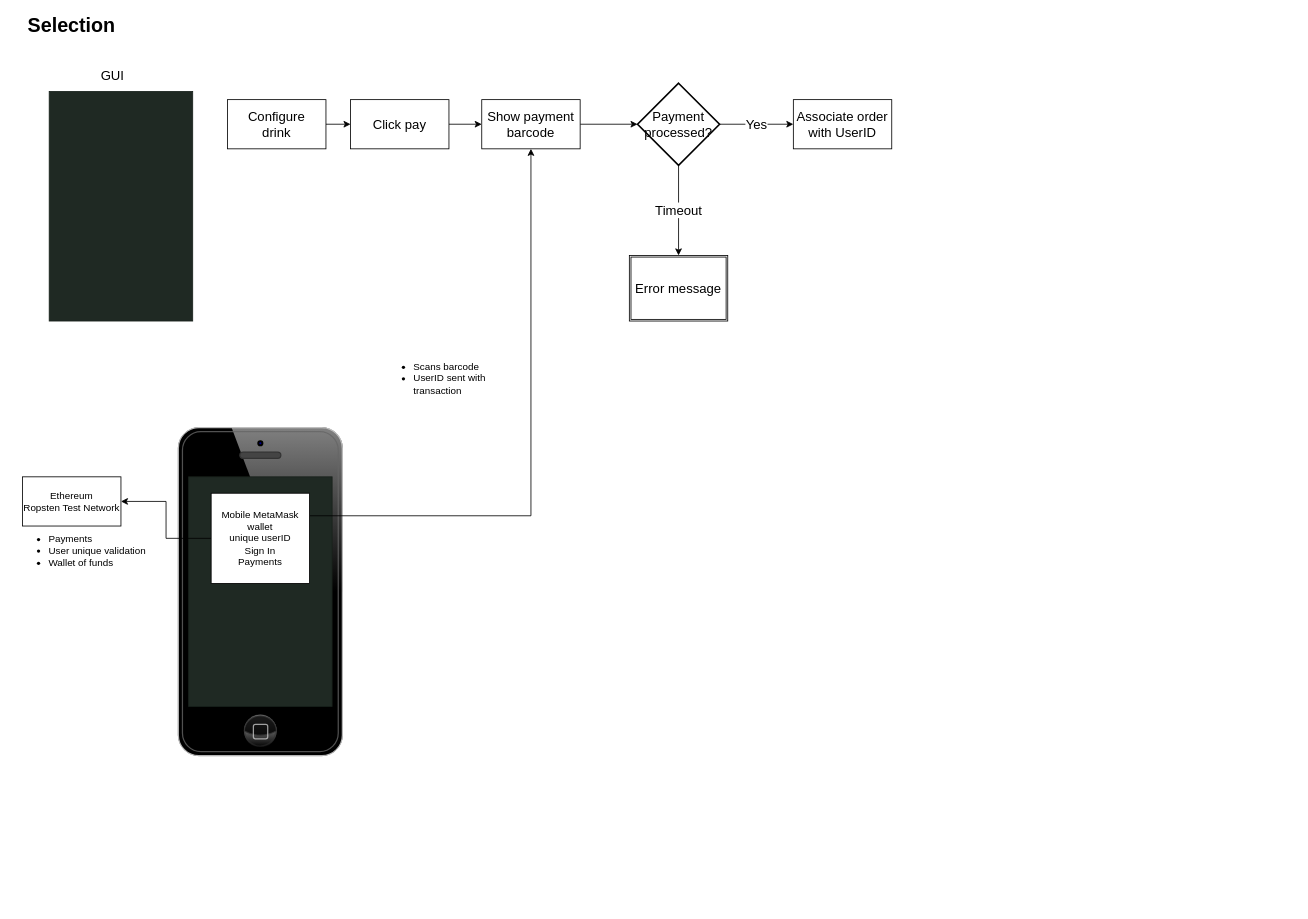
This is page "Software Design" (3 of 3) of SimpleSips.drawio from mukmalone/SimpleSips, a draw.io file, before an edit. Source tidied: cells renumbered, new cells numbered last; positions are measured from the earlier drawing's top-left corner, leaving out a move shared by most shapes. Both pictures are drawn from the tidied source at 82%, with x=0, y=0 at pixel (14, 17).
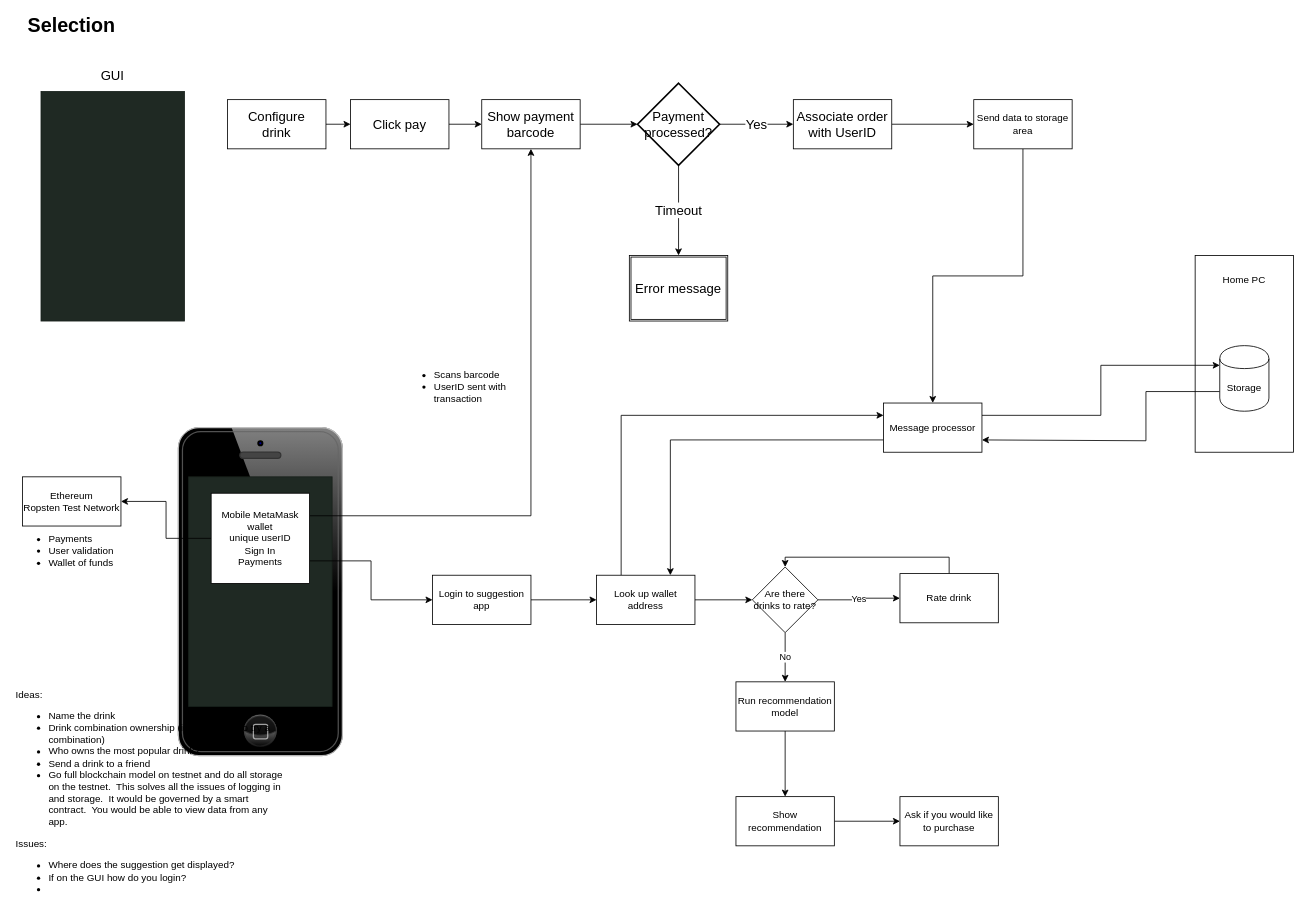
The same page after the edit.

Unchanged cells that the change refers to:
```xml
<mxCell id="5" value="Mobile MetaMask wallet&lt;br&gt;unique userID&lt;br&gt;Sign In&lt;br&gt;Payments" style="rounded=0;whiteSpace=wrap;html=1;" parent="1" vertex="1">
  <mxGeometry x="240" y="580" width="120" height="110" as="geometry" />
</mxCell>
<mxCell id="16" value="Associate order with UserID" style="rounded=0;whiteSpace=wrap;html=1;fontSize=16;align=center;" parent="1" vertex="1">
  <mxGeometry x="950" y="100" width="120" height="60" as="geometry" />
</mxCell>
```

The edit, as a diff of the source:
```diff
@@
+    <mxCell id="23" style="rounded=0;whiteSpace=wrap;html=1;" parent="1" vertex="1">
+      <mxGeometry x="1440" y="290" width="120" height="240" as="geometry" />
+    </mxCell>
@@
+    <mxCell id="24" style="edgeStyle=orthogonalEdgeStyle;rounded=0;jettySize=auto;html=1;exitX=1;exitY=0.75;exitDx=0;exitDy=0;" parent="1" edge="1" source="5" target="34">
+      <mxGeometry relative="1" as="geometry" />
+    </mxCell>
@@
-    <mxCell id="7" value="&lt;ul&gt;&lt;li&gt;Payments&lt;/li&gt;&lt;li&gt;User unique validation&lt;/li&gt;&lt;li&gt;Wallet of funds&lt;/li&gt;&lt;/ul&gt;" style="text;html=1;strokeColor=none;fillColor=none;align=left;verticalAlign=middle;whiteSpace=wrap;rounded=0;" parent="1" vertex="1">
+    <mxCell id="7" value="&lt;ul&gt;&lt;li&gt;Payments&lt;/li&gt;&lt;li&gt;User validation&lt;/li&gt;&lt;li&gt;Wallet of funds&lt;/li&gt;&lt;/ul&gt;" style="text;html=1;strokeColor=none;fillColor=none;align=left;verticalAlign=middle;whiteSpace=wrap;rounded=0;" parent="1" vertex="1">
       <mxGeometry y="640" width="180" height="20" as="geometry" />
     </mxCell>
     <mxCell id="8" value="&lt;ul&gt;&lt;li&gt;Scans barcode&lt;/li&gt;&lt;li&gt;UserID sent with transaction&lt;/li&gt;&lt;/ul&gt;" style="text;html=1;strokeColor=none;fillColor=none;align=left;verticalAlign=middle;whiteSpace=wrap;rounded=0;" parent="1" vertex="1">
-      <mxGeometry x="445" y="430" width="170" height="20" as="geometry" />
+      <mxGeometry x="470" y="440" width="170" height="20" as="geometry" />
     </mxCell>
@@
     <mxCell id="10" style="verticalLabelPosition=bottom;verticalAlign=top;html=1;shadow=0;dashed=0;strokeWidth=1;shape=mxgraph.ios.iBgFlat;strokeColor=#18211b;fillColor=#1f2923;fontSize=24;align=center;" parent="1" vertex="1">
-      <mxGeometry x="42.5" y="90" width="175" height="280" as="geometry" />
+      <mxGeometry x="32.5" y="90" width="175" height="280" as="geometry" />
     </mxCell>
@@
+    <mxCell id="25" style="edgeStyle=orthogonalEdgeStyle;rounded=0;jettySize=auto;html=1;exitX=1;exitY=0.5;exitDx=0;exitDy=0;entryX=0;entryY=0.5;entryDx=0;entryDy=0;" parent="1" edge="1" source="16" target="29">
+      <mxGeometry relative="1" as="geometry" />
+    </mxCell>
@@
+    <mxCell id="26" style="edgeStyle=orthogonalEdgeStyle;rounded=0;jettySize=auto;html=1;exitX=0;exitY=0.7;exitDx=0;exitDy=0;entryX=1;entryY=0.75;entryDx=0;entryDy=0;" parent="1" edge="1" source="27" target="32">
+      <mxGeometry relative="1" as="geometry">
+        <Array as="points">
+          <mxPoint x="1380" y="456" />
+          <mxPoint x="1380" y="516" />
+        </Array>
+      </mxGeometry>
+    </mxCell>
+    <mxCell id="27" value="Storage" style="shape=cylinder;whiteSpace=wrap;html=1;boundedLbl=1;backgroundOutline=1;" parent="1" vertex="1">
+      <mxGeometry x="1470" y="400" width="60" height="80" as="geometry" />
+    </mxCell>
+    <mxCell id="28" style="edgeStyle=orthogonalEdgeStyle;rounded=0;jettySize=auto;html=1;exitX=0.5;exitY=1;exitDx=0;exitDy=0;entryX=0.5;entryY=0;entryDx=0;entryDy=0;" parent="1" edge="1" source="29" target="32">
+      <mxGeometry relative="1" as="geometry" />
+    </mxCell>
+    <mxCell id="29" value="Send data to storage area" style="rounded=0;whiteSpace=wrap;html=1;" parent="1" vertex="1">
+      <mxGeometry x="1170" y="100" width="120" height="60" as="geometry" />
+    </mxCell>
+    <mxCell id="30" style="edgeStyle=orthogonalEdgeStyle;rounded=0;jettySize=auto;html=1;exitX=0;exitY=0.75;exitDx=0;exitDy=0;entryX=0.75;entryY=0;entryDx=0;entryDy=0;" parent="1" edge="1" source="32" target="37">
+      <mxGeometry relative="1" as="geometry" />
+    </mxCell>
+    <mxCell id="31" style="edgeStyle=orthogonalEdgeStyle;rounded=0;jettySize=auto;html=1;exitX=1;exitY=0.25;exitDx=0;exitDy=0;entryX=0;entryY=0.3;entryDx=0;entryDy=0;" parent="1" edge="1" source="32" target="27">
+      <mxGeometry relative="1" as="geometry" />
+    </mxCell>
+    <mxCell id="32" value="Message processor" style="rounded=0;whiteSpace=wrap;html=1;" parent="1" vertex="1">
+      <mxGeometry x="1060" y="470" width="120" height="60" as="geometry" />
+    </mxCell>
+    <mxCell id="33" style="edgeStyle=orthogonalEdgeStyle;rounded=0;jettySize=auto;html=1;" parent="1" edge="1" source="34" target="37">
+      <mxGeometry relative="1" as="geometry" />
+    </mxCell>
+    <mxCell id="34" value="Login to suggestion app" style="rounded=0;whiteSpace=wrap;html=1;" parent="1" vertex="1">
+      <mxGeometry x="510" y="680" width="120" height="60" as="geometry" />
+    </mxCell>
+    <mxCell id="35" style="edgeStyle=orthogonalEdgeStyle;rounded=0;jettySize=auto;html=1;" parent="1" edge="1" source="37" target="40">
+      <mxGeometry relative="1" as="geometry" />
+    </mxCell>
+    <mxCell id="36" style="edgeStyle=orthogonalEdgeStyle;rounded=0;jettySize=auto;html=1;exitX=0.25;exitY=0;exitDx=0;exitDy=0;entryX=0;entryY=0.25;entryDx=0;entryDy=0;" parent="1" edge="1" source="37" target="32">
+      <mxGeometry relative="1" as="geometry" />
+    </mxCell>
+    <mxCell id="37" value="Look up wallet address" style="rounded=0;whiteSpace=wrap;html=1;" parent="1" vertex="1">
+      <mxGeometry x="710" y="680" width="120" height="60" as="geometry" />
+    </mxCell>
+    <mxCell id="38" value="Yes" style="edgeStyle=orthogonalEdgeStyle;rounded=0;jettySize=auto;html=1;exitX=1;exitY=0.5;exitDx=0;exitDy=0;" parent="1" edge="1" source="40" target="42">
+      <mxGeometry relative="1" as="geometry" />
+    </mxCell>
+    <mxCell id="39" value="No" style="edgeStyle=orthogonalEdgeStyle;rounded=0;jettySize=auto;html=1;exitX=0.5;exitY=1;exitDx=0;exitDy=0;entryX=0.5;entryY=0;entryDx=0;entryDy=0;" parent="1" edge="1" source="40" target="44">
+      <mxGeometry relative="1" as="geometry" />
+    </mxCell>
+    <mxCell id="40" value="Are there drinks to rate?" style="rhombus;whiteSpace=wrap;html=1;" parent="1" vertex="1">
+      <mxGeometry x="900" y="670" width="80" height="80" as="geometry" />
+    </mxCell>
+    <mxCell id="41" style="edgeStyle=orthogonalEdgeStyle;rounded=0;jettySize=auto;html=1;exitX=0.5;exitY=0;exitDx=0;exitDy=0;entryX=0.5;entryY=0;entryDx=0;entryDy=0;" parent="1" edge="1" source="42" target="40">
+      <mxGeometry relative="1" as="geometry" />
+    </mxCell>
+    <mxCell id="42" value="Rate drink" style="rounded=0;whiteSpace=wrap;html=1;" parent="1" vertex="1">
+      <mxGeometry x="1080" y="678" width="120" height="60" as="geometry" />
+    </mxCell>
+    <mxCell id="43" style="edgeStyle=orthogonalEdgeStyle;rounded=0;jettySize=auto;html=1;" parent="1" edge="1" source="44" target="46">
+      <mxGeometry relative="1" as="geometry" />
+    </mxCell>
+    <mxCell id="44" value="Run recommendation model" style="rounded=0;whiteSpace=wrap;html=1;" parent="1" vertex="1">
+      <mxGeometry x="880" y="810" width="120" height="60" as="geometry" />
+    </mxCell>
+    <mxCell id="45" style="edgeStyle=orthogonalEdgeStyle;rounded=0;jettySize=auto;html=1;" parent="1" edge="1" source="46" target="47">
+      <mxGeometry relative="1" as="geometry" />
+    </mxCell>
+    <mxCell id="46" value="Show recommendation" style="rounded=0;whiteSpace=wrap;html=1;" parent="1" vertex="1">
+      <mxGeometry x="880" y="950" width="120" height="60" as="geometry" />
+    </mxCell>
+    <mxCell id="47" value="Ask if you would like to purchase&lt;br&gt;" style="rounded=0;whiteSpace=wrap;html=1;" parent="1" vertex="1">
+      <mxGeometry x="1080" y="950" width="120" height="60" as="geometry" />
+    </mxCell>
+    <mxCell id="48" value="Home PC" style="text;html=1;strokeColor=none;fillColor=none;align=center;verticalAlign=middle;whiteSpace=wrap;rounded=0;" parent="1" vertex="1">
+      <mxGeometry x="1470" y="310" width="60" height="20" as="geometry" />
+    </mxCell>
+    <mxCell id="49" value="Ideas:&lt;br&gt;&lt;ul&gt;&lt;li&gt;Name the drink&lt;/li&gt;&lt;li&gt;Drink combination ownership (ie be the first to try a combination)&lt;/li&gt;&lt;li&gt;Who owns the most popular drink?&lt;/li&gt;&lt;li&gt;Send a drink to a friend&lt;/li&gt;&lt;li&gt;Go full blockchain model on testnet and do all storage on the testnet.&amp;nbsp; This solves all the issues of logging in and storage.&amp;nbsp; It would be governed by a smart contract.&amp;nbsp; You would be able to view data from any app.&lt;/li&gt;&lt;/ul&gt;&lt;div&gt;Issues:&lt;/div&gt;&lt;div&gt;&lt;ul&gt;&lt;li&gt;Where does the suggestion get displayed?&lt;/li&gt;&lt;li&gt;If on the GUI how do you login?&lt;/li&gt;&lt;li&gt;&lt;br&gt;&lt;/li&gt;&lt;/ul&gt;&lt;/div&gt;" style="text;html=1;strokeColor=none;fillColor=none;align=left;verticalAlign=middle;whiteSpace=wrap;rounded=0;" parent="1" vertex="1">
+      <mxGeometry y="940" width="330" height="20" as="geometry" />
+    </mxCell>
```
